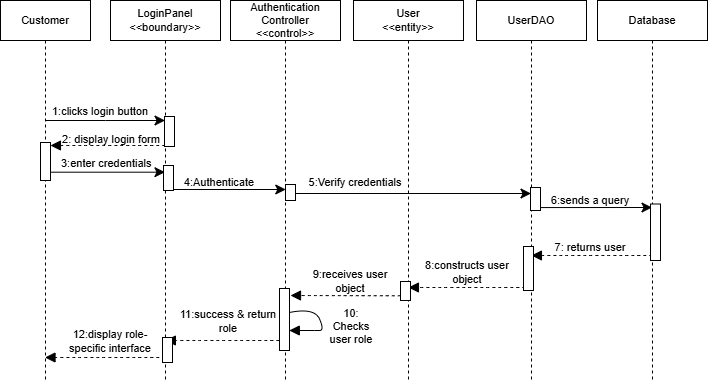
The draw.io diagram SequenceDiagrams/SequenceDiagram-SignUp.drawio.png in aditi-j25/ENSF_480_Term_project, before a commit. Source tidied: cells renumbered, new cells last; positions are measured from the earlier drawing's top-left corner, leaving out a move shared by most shapes.
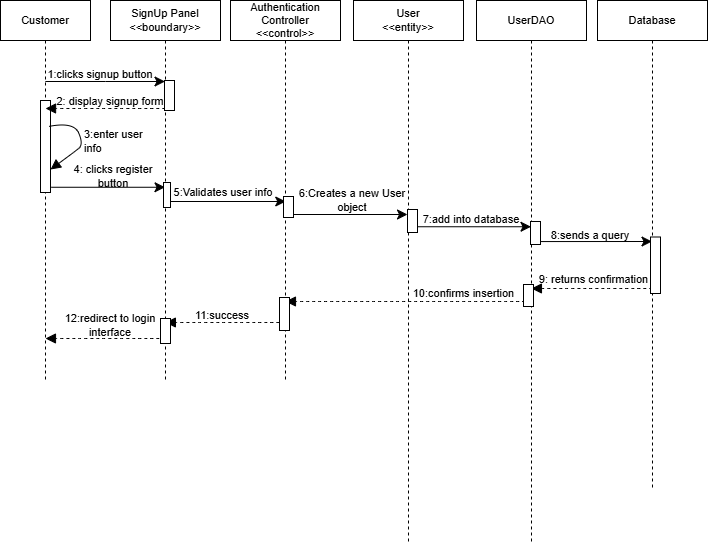
Above is the later version.

Diff of the diagram source:
```diff
@@ -2,170 +2,162 @@
   <root>
     <mxCell id="0" />
     <mxCell id="1" parent="0" />
-    <mxCell id="2" style="edgeStyle=elbowEdgeStyle;curved=0;rounded=0;jettySize=auto;html=1;elbow=vertical;fontSize=11;startSize=8;endSize=8;labelBackgroundColor=none;fontColor=default;" parent="1" edge="1" source="3" target="4">
+    <mxCell id="2" style="edgeStyle=elbowEdgeStyle;curved=0;rounded=0;orthogonalLoop=1;jettySize=auto;html=1;elbow=vertical;fontSize=11;startSize=8;endSize=8;labelBackgroundColor=none;fontColor=default;" parent="1" edge="1">
       <mxGeometry relative="1" as="geometry">
+        <mxPoint x="44.9" y="81" as="sourcePoint" />
+        <mxPoint x="164.5" y="81" as="targetPoint" />
         <Array as="points">
-          <mxPoint x="105" y="120" />
+          <mxPoint x="105" y="81" />
         </Array>
       </mxGeometry>
     </mxCell>
     <mxCell id="3" value="Customer" style="shape=umlLifeline;perimeter=lifelinePerimeter;whiteSpace=wrap;html=1;outlineConnect=0;portConstraint=eastwest;newEdgeStyle={&quot;edgeStyle&quot;:&quot;elbowEdgeStyle&quot;,&quot;elbow&quot;:&quot;vertical&quot;,&quot;curved&quot;:0,&quot;rounded&quot;:0};labelBackgroundColor=none;fontSize=11;" parent="1" vertex="1">
       <mxGeometry width="90" height="380" as="geometry" />
     </mxCell>
-    <mxCell id="4" value="LoginPanel&lt;div&gt;&amp;lt;&amp;lt;boundary&amp;gt;&amp;gt;&lt;/div&gt;" style="shape=umlLifeline;perimeter=lifelinePerimeter;whiteSpace=wrap;html=1;outlineConnect=0;portConstraint=eastwest;newEdgeStyle={&quot;edgeStyle&quot;:&quot;elbowEdgeStyle&quot;,&quot;elbow&quot;:&quot;vertical&quot;,&quot;curved&quot;:0,&quot;rounded&quot;:0};labelBackgroundColor=none;fontSize=11;" parent="1" vertex="1">
+    <mxCell id="4" value="SignUp Panel&lt;div&gt;&amp;lt;&amp;lt;boundary&amp;gt;&amp;gt;&lt;/div&gt;" style="shape=umlLifeline;perimeter=lifelinePerimeter;whiteSpace=wrap;html=1;outlineConnect=0;portConstraint=eastwest;newEdgeStyle={&quot;edgeStyle&quot;:&quot;elbowEdgeStyle&quot;,&quot;elbow&quot;:&quot;vertical&quot;,&quot;curved&quot;:0,&quot;rounded&quot;:0};labelBackgroundColor=none;fontSize=11;" parent="1" vertex="1">
       <mxGeometry x="110" width="110" height="380" as="geometry" />
     </mxCell>
     <mxCell id="5" value="&lt;font&gt;Authentication&lt;/font&gt;&lt;div&gt;&lt;font&gt;Controller&lt;/font&gt;&lt;/div&gt;&lt;div&gt;&lt;font&gt;&amp;lt;&amp;lt;control&amp;gt;&amp;gt;&lt;/font&gt;&lt;/div&gt;" style="shape=umlLifeline;perimeter=lifelinePerimeter;whiteSpace=wrap;html=1;newEdgeStyle={&quot;edgeStyle&quot;:&quot;elbowEdgeStyle&quot;,&quot;elbow&quot;:&quot;vertical&quot;,&quot;curved&quot;:0,&quot;rounded&quot;:0};labelBackgroundColor=none;fontSize=11;" parent="1" vertex="1">
       <mxGeometry x="230" width="110" height="380" as="geometry" />
     </mxCell>
     <mxCell id="6" value="UserDAO" style="shape=umlLifeline;perimeter=lifelinePerimeter;whiteSpace=wrap;html=1;outlineConnect=0;portConstraint=eastwest;newEdgeStyle={&quot;edgeStyle&quot;:&quot;elbowEdgeStyle&quot;,&quot;elbow&quot;:&quot;vertical&quot;,&quot;curved&quot;:0,&quot;rounded&quot;:0};labelBackgroundColor=none;fontSize=11;" parent="1" vertex="1">
-      <mxGeometry x="476" width="110" height="380" as="geometry" />
+      <mxGeometry x="476" width="110" height="544" as="geometry" />
     </mxCell>
     <mxCell id="7" value="Database" style="shape=umlLifeline;perimeter=lifelinePerimeter;whiteSpace=wrap;html=1;newEdgeStyle={&quot;edgeStyle&quot;:&quot;elbowEdgeStyle&quot;,&quot;elbow&quot;:&quot;vertical&quot;,&quot;curved&quot;:0,&quot;rounded&quot;:0};labelBackgroundColor=none;fontSize=11;" parent="1" vertex="1">
-      <mxGeometry x="597" width="110" height="380" as="geometry" />
+      <mxGeometry x="597" width="110" height="488" as="geometry" />
     </mxCell>
     <mxCell id="8" value="User&lt;div&gt;&amp;lt;&amp;lt;entity&amp;gt;&amp;gt;&lt;/div&gt;" style="shape=umlLifeline;perimeter=lifelinePerimeter;whiteSpace=wrap;html=1;newEdgeStyle={&quot;edgeStyle&quot;:&quot;elbowEdgeStyle&quot;,&quot;elbow&quot;:&quot;vertical&quot;,&quot;curved&quot;:0,&quot;rounded&quot;:0};labelBackgroundColor=none;fontSize=11;" parent="1" vertex="1">
-      <mxGeometry x="353" width="110" height="380" as="geometry" />
+      <mxGeometry x="353" width="110" height="543" as="geometry" />
     </mxCell>
-    <mxCell id="9" value="1:clicks login button" style="text;html=1;whiteSpace=wrap;strokeColor=none;fillColor=none;align=center;verticalAlign=middle;rounded=0;fontSize=11;labelBackgroundColor=none;" parent="1" vertex="1">
-      <mxGeometry x="40" y="96" width="120" height="30" as="geometry" />
+    <mxCell id="9" value="1:clicks signup button" style="text;html=1;whiteSpace=wrap;strokeColor=none;fillColor=none;align=center;verticalAlign=middle;rounded=0;fontSize=11;labelBackgroundColor=none;" parent="1" vertex="1">
+      <mxGeometry x="40" y="59" width="120" height="30" as="geometry" />
     </mxCell>
-    <mxCell id="10" value="2: display login form" style="text;html=1;whiteSpace=wrap;strokeColor=none;fillColor=none;align=center;verticalAlign=middle;rounded=0;fontSize=11;labelBackgroundColor=none;" parent="1" vertex="1">
-      <mxGeometry x="61" y="124" width="100" height="30" as="geometry" />
+    <mxCell id="10" value="2: display signup form" style="text;html=1;whiteSpace=wrap;strokeColor=none;fillColor=none;align=center;verticalAlign=middle;rounded=0;fontSize=11;labelBackgroundColor=none;" parent="1" vertex="1">
+      <mxGeometry x="55" y="86" width="110" height="30" as="geometry" />
     </mxCell>
     <mxCell id="11" style="rounded=0;whiteSpace=wrap;html=1;labelBackgroundColor=none;fontSize=11;" parent="1" vertex="1">
-      <mxGeometry x="164" y="116" width="10" height="30" as="geometry" />
+      <mxGeometry x="164" y="80" width="10" height="30" as="geometry" />
     </mxCell>
     <mxCell id="12" style="edgeStyle=none;curved=1;rounded=0;orthogonalLoop=1;jettySize=auto;html=1;fontSize=11;startSize=8;endSize=8;labelBackgroundColor=none;fontColor=default;" parent="1" edge="1">
       <mxGeometry relative="1" as="geometry">
-        <mxPoint x="164.9" y="189" as="sourcePoint" />
-        <mxPoint x="285.2" y="189" as="targetPoint" />
+        <mxPoint x="164.9" y="201" as="sourcePoint" />
+        <mxPoint x="285.2" y="201" as="targetPoint" />
       </mxGeometry>
     </mxCell>
     <mxCell id="13" style="rounded=0;whiteSpace=wrap;html=1;labelBackgroundColor=none;fontSize=11;" parent="1" vertex="1">
-      <mxGeometry x="40" y="142" width="10" height="38" as="geometry" />
+      <mxGeometry x="40" y="100" width="10" height="92" as="geometry" />
     </mxCell>
-    <mxCell id="14" value="3:enter&amp;nbsp;&lt;span style=&quot;background-color: transparent; color: light-dark(rgb(0, 0, 0), rgb(255, 255, 255));&quot;&gt;credentials&lt;/span&gt;" style="text;html=1;whiteSpace=wrap;strokeColor=none;fillColor=none;align=left;verticalAlign=middle;rounded=0;fontSize=11;labelBackgroundColor=none;" parent="1" vertex="1">
-      <mxGeometry x="59" y="152" width="99" height="21" as="geometry" />
+    <mxCell id="14" value="3:enter user info" style="text;html=1;whiteSpace=wrap;strokeColor=none;fillColor=none;align=left;verticalAlign=middle;rounded=0;fontSize=11;labelBackgroundColor=none;" parent="1" vertex="1">
+      <mxGeometry x="82" y="130" width="74" height="21" as="geometry" />
     </mxCell>
     <mxCell id="15" style="html=1;verticalAlign=bottom;labelBackgroundColor=none;endArrow=block;endFill=1;dashed=1;rounded=0;fontSize=11;startSize=8;endSize=8;curved=1;fontColor=default;" parent="1" edge="1">
       <mxGeometry relative="1" as="geometry">
-        <mxPoint x="164.5" y="145" as="sourcePoint" />
-        <mxPoint x="49.9" y="145" as="targetPoint" />
+        <mxPoint x="164.5" y="108" as="sourcePoint" />
+        <mxPoint x="45" y="108" as="targetPoint" />
       </mxGeometry>
     </mxCell>
     <mxCell id="16" style="edgeStyle=none;curved=1;rounded=0;orthogonalLoop=1;jettySize=auto;html=1;fontSize=11;startSize=8;endSize=8;labelBackgroundColor=none;fontColor=default;" parent="1" edge="1">
       <mxGeometry relative="1" as="geometry">
-        <mxPoint x="284.9" y="193" as="sourcePoint" />
-        <mxPoint x="530.5" y="193" as="targetPoint" />
+        <mxPoint x="284.9" y="214" as="sourcePoint" />
+        <mxPoint x="407" y="214" as="targetPoint" />
       </mxGeometry>
     </mxCell>
-    <mxCell id="17" value="4:Authenticate" style="text;html=1;whiteSpace=wrap;strokeColor=none;fillColor=none;align=center;verticalAlign=middle;rounded=0;fontSize=11;labelBackgroundColor=none;" parent="1" vertex="1">
-      <mxGeometry x="174" y="167" width="90" height="30" as="geometry" />
+    <mxCell id="17" value="5:Validates user info" style="text;html=1;whiteSpace=wrap;strokeColor=none;fillColor=none;align=center;verticalAlign=middle;rounded=0;fontSize=11;labelBackgroundColor=none;" parent="1" vertex="1">
+      <mxGeometry x="170" y="177" width="106" height="30" as="geometry" />
     </mxCell>
-    <mxCell id="18" style="edgeStyle=none;curved=1;rounded=0;orthogonalLoop=1;jettySize=auto;html=1;entryX=0.944;entryY=1.033;entryDx=0;entryDy=0;entryPerimeter=0;fontSize=11;startSize=8;endSize=8;labelBackgroundColor=none;fontColor=default;" parent="1" edge="1">
-      <mxGeometry relative="1" as="geometry">
-        <mxPoint x="49.9" y="171.7" as="sourcePoint" />
-        <mxPoint x="164.5" y="171.7" as="targetPoint" />
-      </mxGeometry>
+    <mxCell id="18" style="edgeStyle=none;curved=1;rounded=0;jettySize=auto;html=1;fontSize=11;startSize=8;endSize=8;labelBackgroundColor=none;fontColor=default;exitX=1.082;exitY=0.943;exitDx=0;exitDy=0;exitPerimeter=0;" parent="1" edge="1" source="13" target="4">
+      <mxGeometry relative="1" as="geometry" />
     </mxCell>
-    <mxCell id="19" value="5:Verify credentials" style="text;html=1;whiteSpace=wrap;strokeColor=none;fillColor=none;align=center;verticalAlign=middle;rounded=0;fontSize=11;labelBackgroundColor=none;" parent="1" vertex="1">
-      <mxGeometry x="305" y="167" width="100" height="30" as="geometry" />
+    <mxCell id="19" value="6:Creates a new User object" style="text;html=1;whiteSpace=wrap;strokeColor=none;fillColor=none;align=center;verticalAlign=middle;rounded=0;fontSize=11;labelBackgroundColor=none;" parent="1" vertex="1">
+      <mxGeometry x="295" y="185" width="114" height="30" as="geometry" />
     </mxCell>
     <mxCell id="20" style="html=1;verticalAlign=bottom;labelBackgroundColor=none;endArrow=block;endFill=1;dashed=1;rounded=0;fontSize=11;startSize=8;endSize=8;curved=1;fontColor=default;" parent="1" edge="1">
       <mxGeometry relative="1" as="geometry">
-        <mxPoint x="651.5" y="255" as="sourcePoint" />
-        <mxPoint x="530.9" y="255" as="targetPoint" />
+        <mxPoint x="651.5" y="288" as="sourcePoint" />
+        <mxPoint x="530.9" y="288" as="targetPoint" />
       </mxGeometry>
     </mxCell>
-    <mxCell id="21" value="7: returns user" style="text;html=1;whiteSpace=wrap;strokeColor=none;fillColor=none;align=center;verticalAlign=middle;rounded=0;fontSize=11;labelBackgroundColor=none;" parent="1" vertex="1">
-      <mxGeometry x="540" y="232" width="100" height="30" as="geometry" />
+    <mxCell id="21" value="9: returns confirmation" style="text;html=1;whiteSpace=wrap;strokeColor=none;fillColor=none;align=center;verticalAlign=middle;rounded=0;fontSize=11;labelBackgroundColor=none;" parent="1" vertex="1">
+      <mxGeometry x="536" y="267" width="115" height="23" as="geometry" />
     </mxCell>
     <mxCell id="22" style="html=1;verticalAlign=bottom;labelBackgroundColor=none;endArrow=block;endFill=1;dashed=1;rounded=0;fontSize=11;startSize=8;endSize=8;curved=1;fontColor=default;" parent="1" edge="1">
       <mxGeometry relative="1" as="geometry">
-        <mxPoint x="530.5" y="287" as="sourcePoint" />
-        <mxPoint x="407.9" y="287" as="targetPoint" />
+        <mxPoint x="530.5" y="301" as="sourcePoint" />
+        <mxPoint x="285" y="301" as="targetPoint" />
       </mxGeometry>
     </mxCell>
-    <mxCell id="23" value="8:constructs user object" style="text;html=1;whiteSpace=wrap;strokeColor=none;fillColor=none;align=center;verticalAlign=middle;rounded=0;fontSize=11;labelBackgroundColor=none;" parent="1" vertex="1">
-      <mxGeometry x="410" y="257" width="114" height="30" as="geometry" />
+    <mxCell id="23" value="10:confirms insertion" style="text;html=1;whiteSpace=wrap;strokeColor=none;fillColor=none;align=center;verticalAlign=middle;rounded=0;fontSize=11;labelBackgroundColor=none;" parent="1" vertex="1">
+      <mxGeometry x="406" y="284" width="115" height="17" as="geometry" />
     </mxCell>
-    <mxCell id="24" style="html=1;verticalAlign=bottom;labelBackgroundColor=none;endArrow=block;endFill=1;dashed=1;rounded=0;fontSize=11;startSize=8;endSize=8;curved=1;exitX=0;exitY=0.75;exitDx=0;exitDy=0;fontColor=default;" parent="1" edge="1" source="40">
-      <mxGeometry relative="1" as="geometry">
-        <mxPoint x="290" y="295" as="targetPoint" />
-      </mxGeometry>
-    </mxCell>
-    <mxCell id="25" value="9:receives user object" style="text;html=1;whiteSpace=wrap;strokeColor=none;fillColor=none;align=center;verticalAlign=middle;rounded=0;fontSize=11;labelBackgroundColor=none;" parent="1" vertex="1">
-      <mxGeometry x="300" y="266" width="100" height="30" as="geometry" />
-    </mxCell>
-    <mxCell id="26" style="html=1;verticalAlign=bottom;labelBackgroundColor=none;endArrow=block;endFill=1;rounded=0;fontSize=11;startSize=8;endSize=8;curved=1;fontColor=default;" parent="1" edge="1">
-      <mxGeometry relative="1" as="geometry">
-        <mxPoint x="288.9" y="312" as="sourcePoint" />
-        <mxPoint x="288.8" y="330" as="targetPoint" />
-        <Array as="points">
-          <mxPoint x="314" y="307" />
-          <mxPoint x="324" y="330" />
-          <mxPoint x="314" y="330" />
-        </Array>
-      </mxGeometry>
-    </mxCell>
-    <mxCell id="27" value="10: Checks user role" style="text;html=1;whiteSpace=wrap;strokeColor=none;fillColor=none;align=center;verticalAlign=middle;rounded=0;fontSize=11;labelBackgroundColor=none;" parent="1" vertex="1">
-      <mxGeometry x="326" y="311" width="50" height="30" as="geometry" />
-    </mxCell>
     <mxCell id="28" style="html=1;verticalAlign=bottom;labelBackgroundColor=none;endArrow=block;endFill=1;dashed=1;rounded=0;fontSize=11;startSize=8;endSize=8;curved=1;fontColor=default;" parent="1" edge="1">
       <mxGeometry relative="1" as="geometry">
-        <mxPoint x="284.5" y="340" as="sourcePoint" />
-        <mxPoint x="164.9" y="340" as="targetPoint" />
+        <mxPoint x="284.5" y="322" as="sourcePoint" />
+        <mxPoint x="164.9" y="322" as="targetPoint" />
       </mxGeometry>
     </mxCell>
-    <mxCell id="29" value="11:success &amp;amp; return role" style="text;html=1;whiteSpace=wrap;strokeColor=none;fillColor=none;align=center;verticalAlign=middle;rounded=0;fontSize=11;labelBackgroundColor=none;" parent="1" vertex="1">
-      <mxGeometry x="178" y="306" width="100" height="30" as="geometry" />
+    <mxCell id="29" value="11:success" style="text;html=1;whiteSpace=wrap;strokeColor=none;fillColor=none;align=center;verticalAlign=middle;rounded=0;fontSize=11;labelBackgroundColor=none;" parent="1" vertex="1">
+      <mxGeometry x="166" y="306" width="112" height="17" as="geometry" />
     </mxCell>
-    <mxCell id="30" style="html=1;verticalAlign=bottom;labelBackgroundColor=none;endArrow=block;endFill=1;dashed=1;rounded=0;fontSize=11;startSize=8;endSize=8;curved=1;fontColor=default;" parent="1" edge="1" target="3">
+    <mxCell id="30" style="html=1;verticalAlign=bottom;labelBackgroundColor=none;endArrow=block;endFill=1;dashed=1;rounded=0;fontSize=11;startSize=8;endSize=8;curved=1;fontColor=default;" parent="1" edge="1">
       <mxGeometry relative="1" as="geometry">
-        <mxPoint x="164.5" y="357" as="sourcePoint" />
+        <mxPoint x="164.5" y="338" as="sourcePoint" />
+        <mxPoint x="45" y="338" as="targetPoint" />
       </mxGeometry>
     </mxCell>
-    <mxCell id="31" value="12:display role-specific interface" style="text;html=1;whiteSpace=wrap;strokeColor=none;fillColor=none;align=center;verticalAlign=middle;rounded=0;fontSize=11;labelBackgroundColor=none;" parent="1" vertex="1">
-      <mxGeometry x="60" y="326" width="100" height="30" as="geometry" />
+    <mxCell id="31" value="12:redirect to login interface" style="text;html=1;whiteSpace=wrap;strokeColor=none;fillColor=none;align=center;verticalAlign=middle;rounded=0;fontSize=11;labelBackgroundColor=none;" parent="1" vertex="1">
+      <mxGeometry x="60" y="310" width="100" height="30" as="geometry" />
     </mxCell>
     <mxCell id="32" style="rounded=0;whiteSpace=wrap;html=1;labelBackgroundColor=none;fontSize=11;" parent="1" vertex="1">
-      <mxGeometry x="163" y="165" width="10" height="25" as="geometry" />
+      <mxGeometry x="163" y="182" width="7" height="25" as="geometry" />
     </mxCell>
     <mxCell id="33" style="rounded=0;whiteSpace=wrap;html=1;labelBackgroundColor=none;fontSize=11;" parent="1" vertex="1">
-      <mxGeometry x="285" y="184" width="10" height="16" as="geometry" />
+      <mxGeometry x="283" y="196" width="10" height="21" as="geometry" />
     </mxCell>
     <mxCell id="34" style="edgeStyle=elbowEdgeStyle;curved=0;rounded=0;orthogonalLoop=1;jettySize=auto;html=1;elbow=vertical;fontSize=11;startSize=8;endSize=8;labelBackgroundColor=none;fontColor=default;" parent="1" edge="1">
       <mxGeometry relative="1" as="geometry">
-        <mxPoint x="530.8" y="207.1" as="sourcePoint" />
-        <mxPoint x="651.5" y="207.2" as="targetPoint" />
+        <mxPoint x="530.8" y="241.1" as="sourcePoint" />
+        <mxPoint x="651.5" y="241.2" as="targetPoint" />
       </mxGeometry>
     </mxCell>
-    <mxCell id="35" value="6:sends a query" style="text;html=1;whiteSpace=wrap;strokeColor=none;fillColor=none;align=center;verticalAlign=middle;rounded=0;fontSize=11;labelBackgroundColor=none;" parent="1" vertex="1">
-      <mxGeometry x="540" y="185" width="100" height="30" as="geometry" />
+    <mxCell id="35" value="8:sends a query" style="text;html=1;whiteSpace=wrap;strokeColor=none;fillColor=none;align=center;verticalAlign=middle;rounded=0;fontSize=11;labelBackgroundColor=none;" parent="1" vertex="1">
+      <mxGeometry x="540" y="220" width="100" height="30" as="geometry" />
     </mxCell>
     <mxCell id="36" style="rounded=0;whiteSpace=wrap;html=1;labelBackgroundColor=none;fontSize=11;" parent="1" vertex="1">
-      <mxGeometry x="530" y="187" width="10" height="23" as="geometry" />
+      <mxGeometry x="530" y="221" width="10" height="23" as="geometry" />
     </mxCell>
     <mxCell id="37" style="rounded=0;whiteSpace=wrap;html=1;labelBackgroundColor=none;fontSize=11;" parent="1" vertex="1">
-      <mxGeometry x="650" y="203.5" width="10" height="56.5" as="geometry" />
+      <mxGeometry x="650" y="236.5" width="10" height="56.5" as="geometry" />
     </mxCell>
     <mxCell id="38" style="rounded=0;whiteSpace=wrap;html=1;labelBackgroundColor=none;fontSize=11;" parent="1" vertex="1">
-      <mxGeometry x="523" y="246" width="10" height="44" as="geometry" />
+      <mxGeometry x="523" y="284" width="10" height="22" as="geometry" />
     </mxCell>
-    <mxCell id="39" style="html=1;verticalAlign=bottom;labelBackgroundColor=none;endArrow=block;endFill=1;dashed=1;rounded=0;fontSize=11;startSize=8;endSize=8;curved=1;fontColor=default;" parent="1" edge="1" target="40">
-      <mxGeometry relative="1" as="geometry">
-        <mxPoint x="407.5" y="297" as="sourcePoint" />
-      </mxGeometry>
-    </mxCell>
-    <mxCell id="40" style="rounded=0;whiteSpace=wrap;html=1;labelBackgroundColor=none;fontSize=11;" parent="1" vertex="1">
-      <mxGeometry x="400" y="281" width="10" height="19" as="geometry" />
-    </mxCell>
     <mxCell id="41" style="rounded=0;whiteSpace=wrap;html=1;labelBackgroundColor=none;fontSize=11;" parent="1" vertex="1">
-      <mxGeometry x="279" y="288" width="10" height="62" as="geometry" />
+      <mxGeometry x="279" y="297" width="10" height="33" as="geometry" />
     </mxCell>
     <mxCell id="42" style="rounded=0;whiteSpace=wrap;html=1;labelBackgroundColor=none;fontSize=11;" parent="1" vertex="1">
-      <mxGeometry x="162" y="337" width="10" height="25" as="geometry" />
+      <mxGeometry x="160" y="318" width="10" height="25" as="geometry" />
     </mxCell>
+    <mxCell id="43" style="html=1;verticalAlign=bottom;labelBackgroundColor=none;endArrow=block;endFill=1;rounded=0;fontSize=11;startSize=8;endSize=8;curved=1;fontColor=default;entryX=1;entryY=0.75;entryDx=0;entryDy=0;" parent="1" edge="1" target="13">
+      <mxGeometry relative="1" as="geometry">
+        <mxPoint x="48.1" y="126" as="sourcePoint" />
+        <Array as="points">
+          <mxPoint x="73.2" y="121" />
+          <mxPoint x="83.2" y="144" />
+          <mxPoint x="73" y="152" />
+        </Array>
+      </mxGeometry>
+    </mxCell>
+    <mxCell id="44" value="4: clicks register button" style="text;html=1;whiteSpace=wrap;strokeColor=none;fillColor=none;align=center;verticalAlign=middle;rounded=0;fontSize=11;labelBackgroundColor=none;" parent="1" vertex="1">
+      <mxGeometry x="60" y="165" width="106" height="21" as="geometry" />
+    </mxCell>
+    <mxCell id="45" style="rounded=0;whiteSpace=wrap;html=1;labelBackgroundColor=none;fontSize=11;" parent="1" vertex="1">
+      <mxGeometry x="407" y="209" width="10" height="23" as="geometry" />
+    </mxCell>
+    <mxCell id="46" style="edgeStyle=none;curved=1;rounded=0;jettySize=auto;html=1;fontSize=11;startSize=8;endSize=8;labelBackgroundColor=none;fontColor=default;exitX=1;exitY=0.75;exitDx=0;exitDy=0;" parent="1" edge="1" source="45" target="6">
+      <mxGeometry relative="1" as="geometry" />
+    </mxCell>
+    <mxCell id="47" value="7:add into database" style="text;html=1;whiteSpace=wrap;strokeColor=none;fillColor=none;align=center;verticalAlign=middle;rounded=0;fontSize=11;labelBackgroundColor=none;" parent="1" vertex="1">
+      <mxGeometry x="414" y="204" width="114" height="30" as="geometry" />
+    </mxCell>
   </root>
 </mxGraphModel>
```
